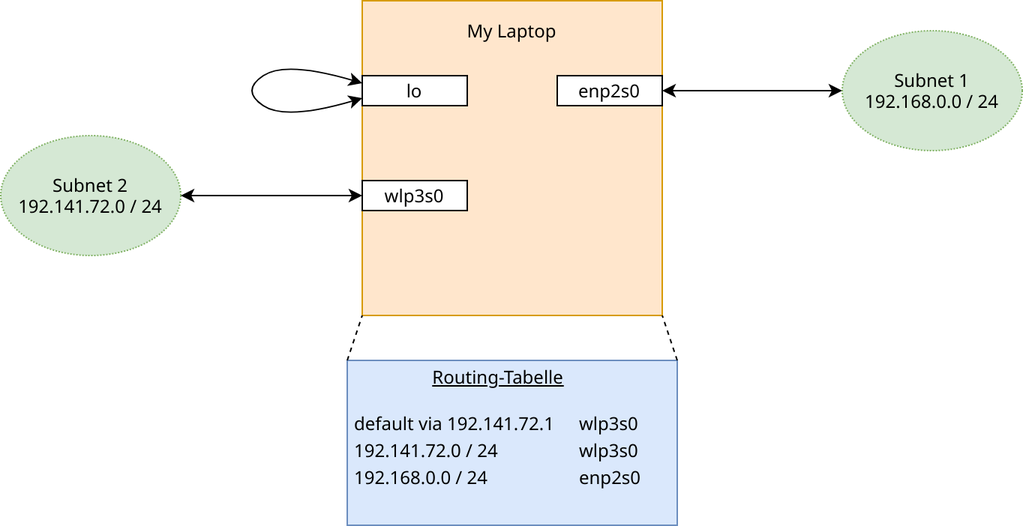
The draw.io diagram latex/interfaces01.png in lucaswzyk/pres_tun_tap, before a commit. Source tidied: cells renumbered, new cells last; positions are measured from the earlier drawing's top-left corner, leaving out a move shared by most shapes.
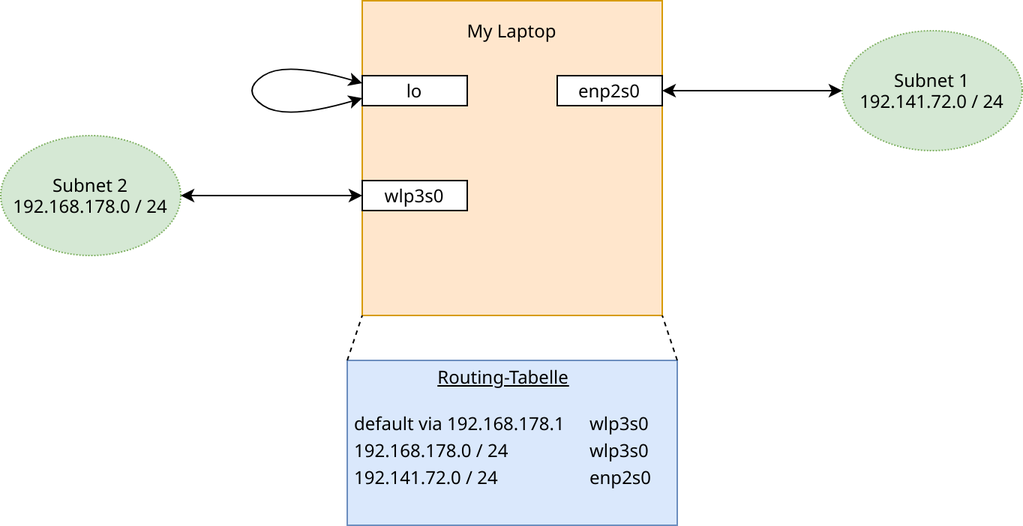
The same diagram one commit later.

What changed in the source:
```diff
@@ -2,9 +2,9 @@
   <root>
     <mxCell id="0" />
     <mxCell id="1" parent="0" />
-    <mxCell id="2" style="rounded=0;whiteSpace=wrap;html=1;fillColor=#ffe6cc;strokeColor=#d79b00;" parent="1" vertex="1">
-      <mxGeometry x="241" width="200" height="210" as="geometry" />
-    </mxCell>
+    <mxCell id="15" style="rounded=0;whiteSpace=wrap;html=1;fillColor=#ffe6cc;strokeColor=#d79b00;" parent="1" vertex="1">
+      <mxGeometry x="241" width="200" height="210" as="geometry" />
+    </mxCell>
     <mxCell id="3" value="My Laptop" style="text;html=1;strokeColor=none;fillColor=none;align=center;verticalAlign=middle;whiteSpace=wrap;rounded=0;" parent="1" vertex="1">
       <mxGeometry x="301" y="10" width="80" height="20" as="geometry" />
     </mxCell>
@@ -17,27 +17,27 @@
     <mxCell id="6" value="wlp3s0" style="rounded=0;whiteSpace=wrap;html=1;" parent="1" vertex="1">
       <mxGeometry x="241" y="120" width="70" height="20" as="geometry" />
     </mxCell>
-    <mxCell id="7" value="Subnet 2&lt;br&gt;192.141.72.0 / 24" style="ellipse;whiteSpace=wrap;html=1;dashed=1;dashPattern=1 1;fillColor=#d5e8d4;strokeColor=#82b366;" parent="1" vertex="1">
-      <mxGeometry y="90" width="120" height="80" as="geometry" />
-    </mxCell>
-    <mxCell id="8" style="endArrow=classic;startArrow=classic;html=1;entryX=0;entryY=0.5;entryDx=0;entryDy=0;exitX=1;exitY=0.5;exitDx=0;exitDy=0;" parent="1" edge="1" source="5" target="10">
-      <mxGeometry relative="1" as="geometry" />
-    </mxCell>
-    <mxCell id="9" style="endArrow=classic;startArrow=classic;html=1;exitX=1;exitY=0.5;exitDx=0;exitDy=0;entryX=0;entryY=0.5;entryDx=0;entryDy=0;" parent="1" edge="1" source="7" target="6">
-      <mxGeometry relative="1" as="geometry" />
-    </mxCell>
-    <mxCell id="10" value="Subnet 1&lt;br&gt;192.168.0.0 / 24" style="ellipse;whiteSpace=wrap;html=1;dashed=1;dashPattern=1 1;fillColor=#d5e8d4;strokeColor=#82b366;" parent="1" vertex="1">
-      <mxGeometry x="561" y="20" width="120" height="80" as="geometry" />
-    </mxCell>
-    <mxCell id="11" value="&lt;div style=&quot;text-align: center&quot;&gt;&lt;span&gt;&lt;u&gt;Routing-Tabelle&lt;/u&gt;&lt;/span&gt;&lt;/div&gt;&lt;div&gt;&lt;span&gt;&lt;u&gt;&lt;br&gt;&lt;/u&gt;&lt;/span&gt;&lt;/div&gt;&lt;table&gt;&lt;tbody&gt;&lt;tr&gt;&lt;td&gt;default via 192.141.72.1&amp;nbsp; &amp;nbsp;&amp;nbsp;&lt;br&gt;&lt;/td&gt;&lt;td&gt;wlp3s0&lt;br&gt;&lt;/td&gt;&lt;/tr&gt;&lt;tr&gt;&lt;td&gt;192.141.72.0 / 24&lt;br&gt;&lt;/td&gt;&lt;td&gt;wlp3s0&lt;br&gt;&lt;/td&gt;&lt;/tr&gt;&lt;tr&gt;&lt;td&gt;192.168.0.0 / 24&lt;br&gt;&lt;/td&gt;&lt;td&gt;enp2s0&lt;br&gt;&lt;/td&gt;&lt;/tr&gt;&lt;tr&gt;&lt;td&gt;&lt;br&gt;&lt;/td&gt;&lt;td&gt;&lt;br&gt;&lt;/td&gt;&lt;/tr&gt;&lt;/tbody&gt;&lt;/table&gt;" style="rounded=0;whiteSpace=wrap;html=1;fillColor=#dae8fc;strokeColor=#6c8ebf;align=left;" parent="1" vertex="1">
-      <mxGeometry x="231" y="240" width="220" height="110" as="geometry" />
-    </mxCell>
-    <mxCell id="12" style="endArrow=none;dashed=1;html=1;exitX=0;exitY=0;exitDx=0;exitDy=0;entryX=0;entryY=1;entryDx=0;entryDy=0;" parent="1" edge="1" source="11" target="2">
-      <mxGeometry relative="1" as="geometry" />
-    </mxCell>
-    <mxCell id="13" style="endArrow=none;dashed=1;html=1;exitX=1;exitY=0;exitDx=0;exitDy=0;entryX=1;entryY=1;entryDx=0;entryDy=0;" parent="1" edge="1" source="11" target="2">
-      <mxGeometry relative="1" as="geometry" />
-    </mxCell>
+    <mxCell id="16" value="Subnet 2&lt;br&gt;&lt;span style=&quot;text-align: left&quot;&gt;192.168.178.0 / 24&lt;/span&gt;" style="ellipse;whiteSpace=wrap;html=1;dashed=1;dashPattern=1 1;fillColor=#d5e8d4;strokeColor=#82b366;" parent="1" vertex="1">
+      <mxGeometry y="90" width="120" height="80" as="geometry" />
+    </mxCell>
+    <mxCell id="17" style="endArrow=classic;startArrow=classic;html=1;entryX=0;entryY=0.5;entryDx=0;entryDy=0;exitX=1;exitY=0.5;exitDx=0;exitDy=0;" parent="1" edge="1" source="5" target="19">
+      <mxGeometry relative="1" as="geometry" />
+    </mxCell>
+    <mxCell id="18" style="endArrow=classic;startArrow=classic;html=1;exitX=1;exitY=0.5;exitDx=0;exitDy=0;entryX=0;entryY=0.5;entryDx=0;entryDy=0;" parent="1" edge="1" source="16" target="6">
+      <mxGeometry relative="1" as="geometry" />
+    </mxCell>
+    <mxCell id="19" value="Subnet 1&lt;br&gt;&lt;span style=&quot;text-align: left&quot;&gt;192.141.72.0 / 24&lt;/span&gt;" style="ellipse;whiteSpace=wrap;html=1;dashed=1;dashPattern=1 1;fillColor=#d5e8d4;strokeColor=#82b366;" parent="1" vertex="1">
+      <mxGeometry x="561" y="20" width="120" height="80" as="geometry" />
+    </mxCell>
+    <mxCell id="20" value="&lt;div style=&quot;text-align: center&quot;&gt;&lt;span&gt;&lt;u&gt;Routing-Tabelle&lt;/u&gt;&lt;/span&gt;&lt;/div&gt;&lt;div&gt;&lt;span&gt;&lt;u&gt;&lt;br&gt;&lt;/u&gt;&lt;/span&gt;&lt;/div&gt;&lt;table&gt;&lt;tbody&gt;&lt;tr&gt;&lt;td&gt;default via 192.168.178.1&amp;nbsp; &amp;nbsp;&amp;nbsp;&lt;br&gt;&lt;/td&gt;&lt;td&gt;wlp3s0&lt;br&gt;&lt;/td&gt;&lt;/tr&gt;&lt;tr&gt;&lt;td&gt;192.168.178.0 / 24&lt;br&gt;&lt;/td&gt;&lt;td&gt;wlp3s0&lt;br&gt;&lt;/td&gt;&lt;/tr&gt;&lt;tr&gt;&lt;td&gt;192.141.72.0 / 24&lt;br&gt;&lt;/td&gt;&lt;td&gt;enp2s0&lt;br&gt;&lt;/td&gt;&lt;/tr&gt;&lt;tr&gt;&lt;td&gt;&lt;br&gt;&lt;/td&gt;&lt;td&gt;&lt;br&gt;&lt;/td&gt;&lt;/tr&gt;&lt;/tbody&gt;&lt;/table&gt;" style="rounded=0;whiteSpace=wrap;html=1;fillColor=#dae8fc;strokeColor=#6c8ebf;align=left;" parent="1" vertex="1">
+      <mxGeometry x="231" y="240" width="220" height="110" as="geometry" />
+    </mxCell>
+    <mxCell id="21" style="endArrow=none;dashed=1;html=1;exitX=0;exitY=0;exitDx=0;exitDy=0;entryX=0;entryY=1;entryDx=0;entryDy=0;" parent="1" edge="1" source="20" target="15">
+      <mxGeometry relative="1" as="geometry" />
+    </mxCell>
+    <mxCell id="22" style="endArrow=none;dashed=1;html=1;exitX=1;exitY=0;exitDx=0;exitDy=0;entryX=1;entryY=1;entryDx=0;entryDy=0;" parent="1" edge="1" source="20" target="15">
+      <mxGeometry relative="1" as="geometry" />
+    </mxCell>
     <mxCell id="14" style="endArrow=classic;startArrow=classic;html=1;curved=1;exitX=0;exitY=0.75;exitDx=0;exitDy=0;entryX=0;entryY=0.25;entryDx=0;entryDy=0;" parent="1" edge="1" source="4" target="4">
       <mxGeometry relative="1" as="geometry">
         <Array as="points">
```
